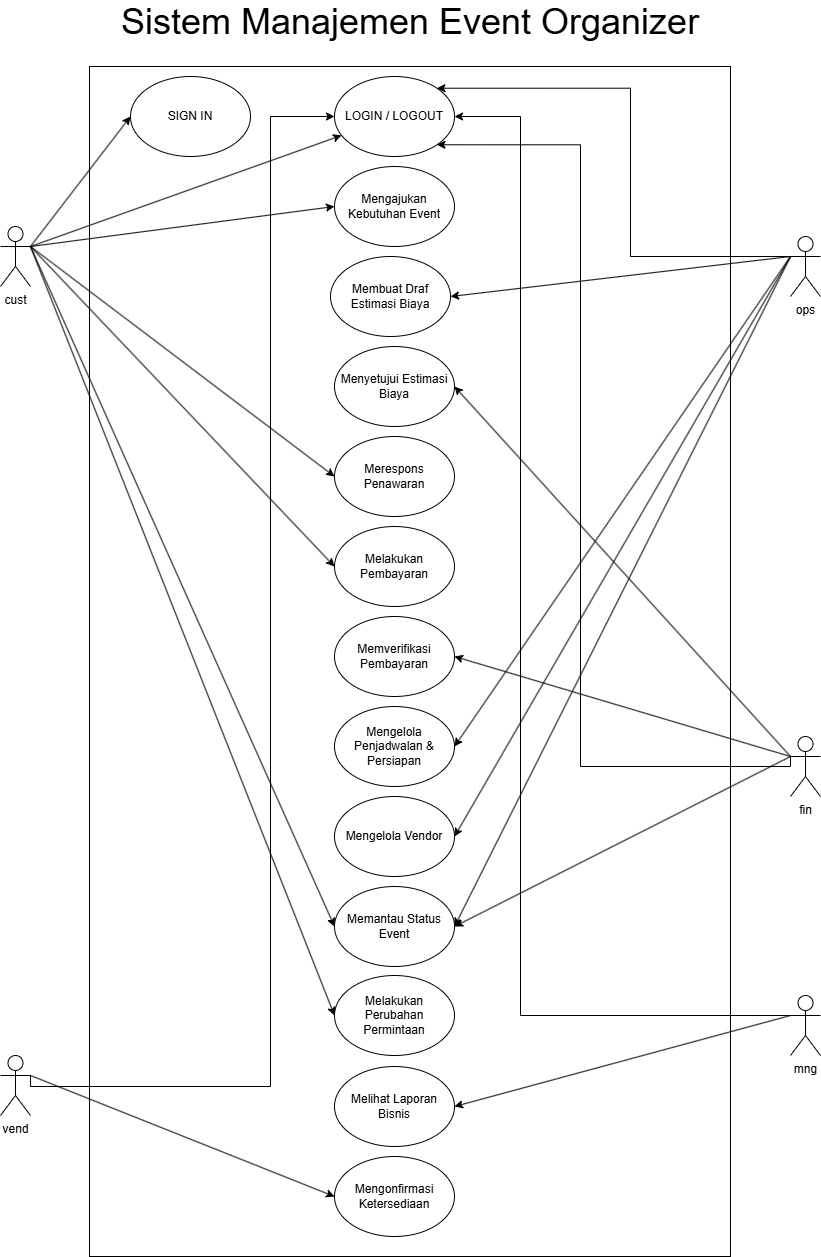
This is pmb/uts_usecase.drawio.png from hanatrp/analisis-dan-perancangan-sistem, a draw.io export, as it was before one commit. Source tidied: cells renumbered, new cells last; positions are measured from the earlier drawing's top-left corner, leaving out a move shared by most shapes.
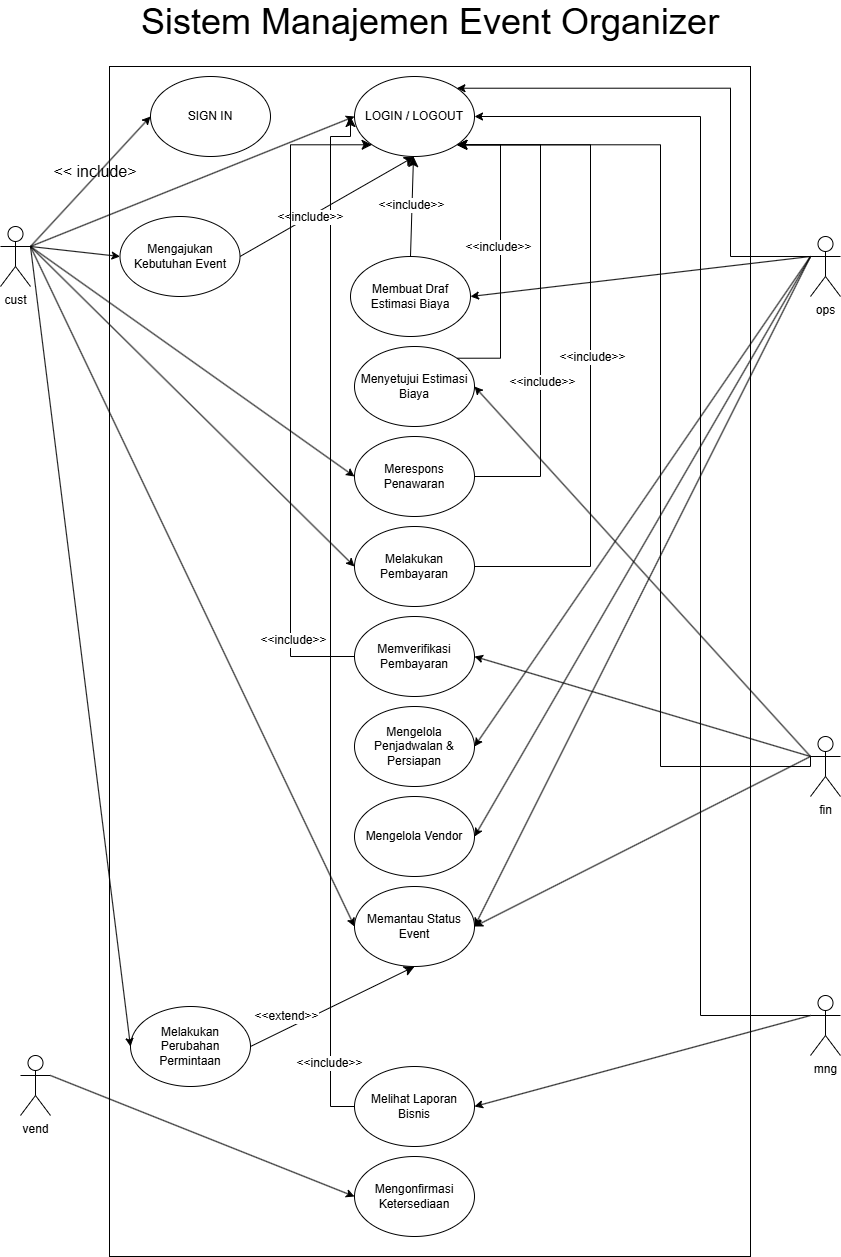
The same file after the commit.

Change to the diagram source:
```diff
@@ -8,11 +8,32 @@
     <mxCell id="3" value="Mengonfirmasi Ketersediaan" style="ellipse;whiteSpace=wrap;html=1;" parent="1" vertex="1">
       <mxGeometry x="334" y="1150" width="120" height="80" as="geometry" />
     </mxCell>
+    <mxCell id="43" style="edgeStyle=orthogonalEdgeStyle;rounded=0;jettySize=auto;html=1;exitX=0;exitY=0.5;exitDx=0;exitDy=0;fontSize=12;startSize=8;endSize=8;" parent="1" edge="1" source="4">
+      <mxGeometry relative="1" as="geometry">
+        <mxPoint x="330" y="110" as="targetPoint" />
+        <Array as="points">
+          <mxPoint x="310" y="1100" />
+          <mxPoint x="310" y="130" />
+          <mxPoint x="330" y="130" />
+        </Array>
+      </mxGeometry>
+    </mxCell>
+    <mxCell id="44" value="&amp;lt;&amp;lt;include&amp;gt;&amp;gt;" style="edgeLabel;html=1;align=center;verticalAlign=middle;fontSize=12;" parent="43" vertex="1">
+      <mxGeometry x="-0.87" y="2" relative="1" as="geometry" />
+    </mxCell>
     <mxCell id="4" value="Melihat Laporan Bisnis" style="ellipse;whiteSpace=wrap;html=1;" parent="1" vertex="1">
       <mxGeometry x="334" y="1060" width="120" height="80" as="geometry" />
     </mxCell>
+    <mxCell id="45" style="edgeStyle=none;curved=1;rounded=0;jettySize=auto;html=1;exitX=1;exitY=0.5;exitDx=0;exitDy=0;fontSize=12;startSize=8;endSize=8;entryX=0.5;entryY=1;entryDx=0;entryDy=0;" parent="1" edge="1" source="5" target="6">
+      <mxGeometry relative="1" as="geometry" />
+    </mxCell>
+    <mxCell id="46" value="&amp;lt;&amp;lt;extend&amp;gt;&amp;gt;" style="edgeLabel;html=1;align=center;verticalAlign=middle;fontSize=12;" parent="45" vertex="1">
+      <mxGeometry x="-0.04" y="-1" relative="1" as="geometry">
+        <mxPoint x="-43" y="7" as="offset" />
+      </mxGeometry>
+    </mxCell>
     <mxCell id="5" value="Melakukan Perubahan Permintaan" style="ellipse;whiteSpace=wrap;html=1;" parent="1" vertex="1">
-      <mxGeometry x="334" y="969" width="120" height="80" as="geometry" />
+      <mxGeometry x="110" y="1000" width="120" height="80" as="geometry" />
     </mxCell>
     <mxCell id="6" value="Memantau Status Event" style="ellipse;whiteSpace=wrap;html=1;" parent="1" vertex="1">
       <mxGeometry x="334" y="880" width="120" height="80" as="geometry" />
@@ -26,20 +47,60 @@
     <mxCell id="9" value="Memverifikasi Pembayaran" style="ellipse;whiteSpace=wrap;html=1;" parent="1" vertex="1">
       <mxGeometry x="334" y="610" width="120" height="80" as="geometry" />
     </mxCell>
+    <mxCell id="47" style="edgeStyle=orthogonalEdgeStyle;rounded=0;jettySize=auto;html=1;exitX=1;exitY=0.5;exitDx=0;exitDy=0;entryX=1;entryY=1;entryDx=0;entryDy=0;fontSize=12;startSize=8;endSize=8;" parent="1" edge="1" source="10" target="15">
+      <mxGeometry relative="1" as="geometry">
+        <Array as="points">
+          <mxPoint x="570" y="560" />
+          <mxPoint x="570" y="138" />
+        </Array>
+      </mxGeometry>
+    </mxCell>
+    <mxCell id="48" value="&amp;lt;&amp;lt;include&amp;gt;&amp;gt;" style="edgeLabel;html=1;align=center;verticalAlign=middle;fontSize=12;" parent="47" vertex="1">
+      <mxGeometry x="-0.03" y="-1" relative="1" as="geometry" />
+    </mxCell>
     <mxCell id="10" value="Melakukan Pembayaran" style="ellipse;whiteSpace=wrap;html=1;" parent="1" vertex="1">
       <mxGeometry x="334" y="520" width="120" height="80" as="geometry" />
     </mxCell>
+    <mxCell id="49" style="edgeStyle=orthogonalEdgeStyle;rounded=0;jettySize=auto;html=1;exitX=1;exitY=0.5;exitDx=0;exitDy=0;entryX=1;entryY=1;entryDx=0;entryDy=0;fontSize=12;startSize=8;endSize=8;" parent="1" edge="1" source="11" target="15">
+      <mxGeometry relative="1" as="geometry">
+        <Array as="points">
+          <mxPoint x="520" y="470" />
+          <mxPoint x="520" y="138" />
+        </Array>
+      </mxGeometry>
+    </mxCell>
+    <mxCell id="50" value="&amp;lt;&amp;lt;include&amp;gt;&amp;gt;" style="edgeLabel;html=1;align=center;verticalAlign=middle;fontSize=12;" parent="49" vertex="1">
+      <mxGeometry x="-0.28" y="-1" relative="1" as="geometry">
+        <mxPoint y="13" as="offset" />
+      </mxGeometry>
+    </mxCell>
     <mxCell id="11" value="Merespons Penawaran" style="ellipse;whiteSpace=wrap;html=1;" parent="1" vertex="1">
       <mxGeometry x="334" y="430" width="120" height="80" as="geometry" />
     </mxCell>
     <mxCell id="12" value="Menyetujui Estimasi Biaya" style="ellipse;whiteSpace=wrap;html=1;" parent="1" vertex="1">
       <mxGeometry x="334" y="340" width="120" height="80" as="geometry" />
     </mxCell>
+    <mxCell id="51" style="edgeStyle=none;curved=1;rounded=0;jettySize=auto;html=1;exitX=0.5;exitY=0;exitDx=0;exitDy=0;fontSize=12;startSize=8;endSize=8;" parent="1" edge="1" source="13">
+      <mxGeometry relative="1" as="geometry">
+        <mxPoint x="393" y="150" as="targetPoint" />
+      </mxGeometry>
+    </mxCell>
+    <mxCell id="52" value="&amp;lt;&amp;lt;include&amp;gt;&amp;gt;" style="edgeLabel;html=1;align=center;verticalAlign=middle;fontSize=12;" parent="51" vertex="1">
+      <mxGeometry x="0.02" y="1" relative="1" as="geometry" />
+    </mxCell>
     <mxCell id="13" value="Membuat Draf Estimasi Biaya" style="ellipse;whiteSpace=wrap;html=1;" parent="1" vertex="1">
       <mxGeometry x="330" y="250" width="120" height="80" as="geometry" />
     </mxCell>
+    <mxCell id="53" style="edgeStyle=none;curved=1;rounded=0;jettySize=auto;html=1;exitX=1;exitY=0.5;exitDx=0;exitDy=0;entryX=0.5;entryY=1;entryDx=0;entryDy=0;fontSize=12;startSize=8;endSize=8;" parent="1" edge="1" source="14" target="15">
+      <mxGeometry relative="1" as="geometry" />
+    </mxCell>
+    <mxCell id="54" value="&amp;lt;&amp;lt;include&amp;gt;&amp;gt;" style="edgeLabel;html=1;align=center;verticalAlign=middle;fontSize=12;" parent="53" vertex="1">
+      <mxGeometry x="-0.03" y="-2" relative="1" as="geometry">
+        <mxPoint x="-16" y="7" as="offset" />
+      </mxGeometry>
+    </mxCell>
     <mxCell id="14" value="Mengajukan Kebutuhan Event" style="ellipse;whiteSpace=wrap;html=1;" parent="1" vertex="1">
-      <mxGeometry x="334" y="160" width="120" height="80" as="geometry" />
+      <mxGeometry x="99.5" y="210" width="120" height="80" as="geometry" />
     </mxCell>
     <mxCell id="15" value="LOGIN / LOGOUT" style="ellipse;whiteSpace=wrap;html=1;" parent="1" vertex="1">
       <mxGeometry x="334" y="70" width="120" height="80" as="geometry" />
@@ -50,8 +111,8 @@
     <mxCell id="17" style="rounded=0;jettySize=auto;html=1;exitX=0;exitY=0.3333333333333333;exitDx=0;exitDy=0;exitPerimeter=0;entryX=1;entryY=0;entryDx=0;entryDy=0;edgeStyle=orthogonalEdgeStyle;" parent="1" edge="1" source="22" target="15">
       <mxGeometry relative="1" as="geometry">
         <Array as="points">
-          <mxPoint x="630" y="250" />
-          <mxPoint x="630" y="82" />
+          <mxPoint x="710" y="250" />
+          <mxPoint x="710" y="82" />
         </Array>
       </mxGeometry>
     </mxCell>
@@ -76,8 +137,8 @@
     <mxCell id="24" style="edgeStyle=orthogonalEdgeStyle;rounded=0;jettySize=auto;html=1;exitX=0;exitY=0.3333333333333333;exitDx=0;exitDy=0;exitPerimeter=0;entryX=1;entryY=0.5;entryDx=0;entryDy=0;" parent="1" edge="1" source="25" target="15">
       <mxGeometry relative="1" as="geometry">
         <Array as="points">
-          <mxPoint x="520" y="1009" />
-          <mxPoint x="520" y="110" />
+          <mxPoint x="680" y="1009" />
+          <mxPoint x="680" y="110" />
         </Array>
       </mxGeometry>
     </mxCell>
@@ -99,21 +160,13 @@
     <mxCell id="30" style="rounded=0;jettySize=auto;html=1;exitX=1;exitY=0.3333333333333333;exitDx=0;exitDy=0;exitPerimeter=0;entryX=0;entryY=0.5;entryDx=0;entryDy=0;" parent="1" edge="1" source="32" target="3">
       <mxGeometry relative="1" as="geometry" />
     </mxCell>
-    <mxCell id="31" style="edgeStyle=orthogonalEdgeStyle;rounded=0;jettySize=auto;html=1;exitX=1;exitY=0.3333333333333333;exitDx=0;exitDy=0;exitPerimeter=0;entryX=0;entryY=0.5;entryDx=0;entryDy=0;" parent="1" edge="1" source="32" target="15">
-      <mxGeometry relative="1" as="geometry">
-        <Array as="points">
-          <mxPoint x="270" y="1080" />
-          <mxPoint x="270" y="110" />
-        </Array>
-      </mxGeometry>
-    </mxCell>
     <mxCell id="32" value="vend" style="shape=umlActor;verticalLabelPosition=bottom;verticalAlign=top;html=1;outlineConnect=0;" parent="1" vertex="1">
       <mxGeometry y="1049" width="30" height="60" as="geometry" />
     </mxCell>
     <mxCell id="33" style="rounded=0;jettySize=auto;html=1;exitX=1;exitY=0.3333333333333333;exitDx=0;exitDy=0;exitPerimeter=0;entryX=0;entryY=0.5;entryDx=0;entryDy=0;" parent="1" edge="1" source="40" target="16">
       <mxGeometry relative="1" as="geometry" />
     </mxCell>
-    <mxCell id="34" style="rounded=0;jettySize=auto;html=1;exitX=1;exitY=0.3333333333333333;exitDx=0;exitDy=0;exitPerimeter=0;" parent="1" edge="1" source="40" target="15">
+    <mxCell id="34" style="rounded=0;jettySize=auto;html=1;exitX=1;exitY=0.3333333333333333;exitDx=0;exitDy=0;exitPerimeter=0;entryX=0;entryY=0.5;entryDx=0;entryDy=0;" parent="1" edge="1" source="40" target="15">
       <mxGeometry relative="1" as="geometry" />
     </mxCell>
     <mxCell id="35" style="rounded=0;jettySize=auto;html=1;exitX=1;exitY=0.3333333333333333;exitDx=0;exitDy=0;exitPerimeter=0;entryX=0;entryY=0.5;entryDx=0;entryDy=0;" parent="1" edge="1" source="40" target="11">
@@ -132,7 +185,7 @@
       <mxGeometry relative="1" as="geometry" />
     </mxCell>
     <mxCell id="40" value="cust" style="shape=umlActor;verticalLabelPosition=bottom;verticalAlign=top;html=1;outlineConnect=0;" parent="1" vertex="1">
-      <mxGeometry y="220" width="30" height="60" as="geometry" />
+      <mxGeometry x="-20" y="220" width="30" height="60" as="geometry" />
     </mxCell>
     <mxCell id="41" value="&lt;font style=&quot;font-size: 36px;&quot;&gt;Sistem Manajemen Event Organizer&lt;/font&gt;" style="text;html=1;whiteSpace=wrap;strokeColor=none;fillColor=none;align=center;verticalAlign=middle;rounded=0;" parent="1" vertex="1">
       <mxGeometry x="99.5" width="620" height="30" as="geometry" />
@@ -140,10 +193,36 @@
     <mxCell id="42" style="edgeStyle=orthogonalEdgeStyle;rounded=0;jettySize=auto;html=1;exitX=0;exitY=0.3333333333333333;exitDx=0;exitDy=0;exitPerimeter=0;entryX=1;entryY=1;entryDx=0;entryDy=0;" parent="1" edge="1" source="29" target="15">
       <mxGeometry relative="1" as="geometry">
         <Array as="points">
-          <mxPoint x="580" y="760" />
-          <mxPoint x="580" y="138" />
+          <mxPoint x="790" y="760" />
+          <mxPoint x="640" y="760" />
+          <mxPoint x="640" y="138" />
         </Array>
       </mxGeometry>
     </mxCell>
+    <mxCell id="55" value="&amp;lt;&amp;lt; include&amp;gt;" style="text;html=1;whiteSpace=wrap;strokeColor=none;fillColor=none;align=center;verticalAlign=middle;rounded=0;fontSize=16;" parent="1" vertex="1">
+      <mxGeometry x="10" y="150" width="130" height="30" as="geometry" />
+    </mxCell>
+    <mxCell id="56" style="edgeStyle=orthogonalEdgeStyle;rounded=0;jettySize=auto;html=1;exitX=1;exitY=0;exitDx=0;exitDy=0;entryX=1;entryY=1;entryDx=0;entryDy=0;fontSize=12;startSize=8;endSize=8;" parent="1" edge="1" source="12" target="15">
+      <mxGeometry relative="1" as="geometry">
+        <Array as="points">
+          <mxPoint x="480" y="352" />
+          <mxPoint x="480" y="139" />
+        </Array>
+      </mxGeometry>
+    </mxCell>
+    <mxCell id="57" value="&amp;lt;&amp;lt;include&amp;gt;&amp;gt;" style="edgeLabel;html=1;align=center;verticalAlign=middle;fontSize=12;" parent="56" vertex="1">
+      <mxGeometry x="0.03" y="3" relative="1" as="geometry" />
+    </mxCell>
+    <mxCell id="58" style="edgeStyle=orthogonalEdgeStyle;rounded=0;jettySize=auto;html=1;exitX=0;exitY=0.5;exitDx=0;exitDy=0;entryX=0;entryY=1;entryDx=0;entryDy=0;fontSize=12;startSize=8;endSize=8;" parent="1" edge="1" source="9" target="15">
+      <mxGeometry relative="1" as="geometry">
+        <Array as="points">
+          <mxPoint x="270" y="650" />
+          <mxPoint x="270" y="138" />
+        </Array>
+      </mxGeometry>
+    </mxCell>
+    <mxCell id="59" value="&amp;lt;&amp;lt;include&amp;gt;&amp;gt;" style="edgeLabel;html=1;align=center;verticalAlign=middle;fontSize=12;" parent="58" vertex="1">
+      <mxGeometry x="-0.75" y="-2" relative="1" as="geometry" />
+    </mxCell>
   </root>
 </mxGraphModel>
```
